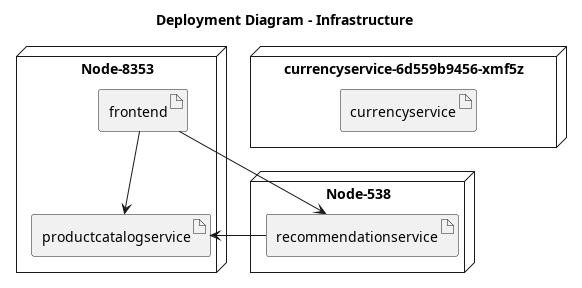
This is diagrams/deployment-frontend2.png from HiImLuxifer/UML_Generator, a PlantUML export, as it was before one commit.
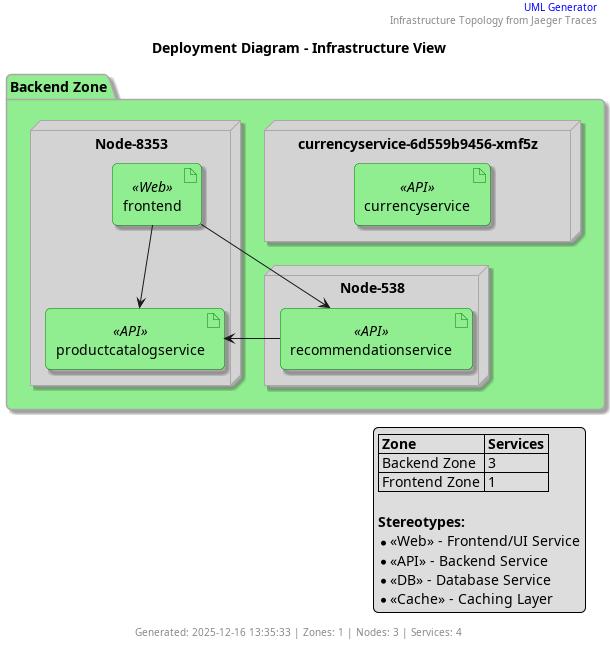
The same diagram one commit later.

Diff of the diagram source:
```diff
@@ -1,21 +1,54 @@
 @startuml
-title Deployment Diagram - Infrastructure
 
-node "Node-538" {
-  artifact "recommendationservice"
-}
+skinparam nodeBackgroundColor LightSkyBlue
+skinparam nodeBorderColor DeepSkyBlue
+skinparam artifactBackgroundColor LightGreen
+skinparam artifactBorderColor Green
+skinparam componentBackgroundColor LightYellow
+skinparam packageBackgroundColor LightGray
+skinparam packageBorderColor DarkGray
+skinparam stereotypeCBackgroundColor YellowGreen
+skinparam shadowing true
+skinparam roundcorner 10
 
-node "Node-8353" {
-  artifact "productcatalogservice"
-  artifact "frontend"
-}
+title Deployment Diagram - Infrastructure View
 
-node "currencyservice-6d559b9456-xmf5z" {
-  artifact "currencyservice"
+header
+  <font color=blue>UML Generator</font>
+  Infrastructure Topology from Jaeger Traces
+endheader
+
+package "Backend Zone" #LightGreen {
+  node "Node-538" {
+    artifact "recommendationservice" <<API>>
+  }
+  node "Node-8353" {
+    artifact "productcatalogservice" <<API>>
+    artifact "frontend" <<Web>>
+  }
+  node "currencyservice-6d559b9456-xmf5z" {
+    artifact "currencyservice" <<API>>
+  }
 }
 
 "recommendationservice" --> "productcatalogservice"
 "frontend" --> "recommendationservice"
 "frontend" --> "productcatalogservice"
 
+legend right
+  |= Zone |= Services |
+  | Backend Zone | 3 |
+  | Frontend Zone | 1 |
+
+  **Stereotypes:**
+  * <<Web>> - Frontend/UI Service
+  * <<API>> - Backend Service
+  * <<DB>> - Database Service
+  * <<Cache>> - Caching Layer
+endlegend
+
+footer
+  Generated: 2025-12-16 13:35:33 | Zones: 1 | Nodes: 3 | Services: 4
+endfooter
+
 @enduml
```
